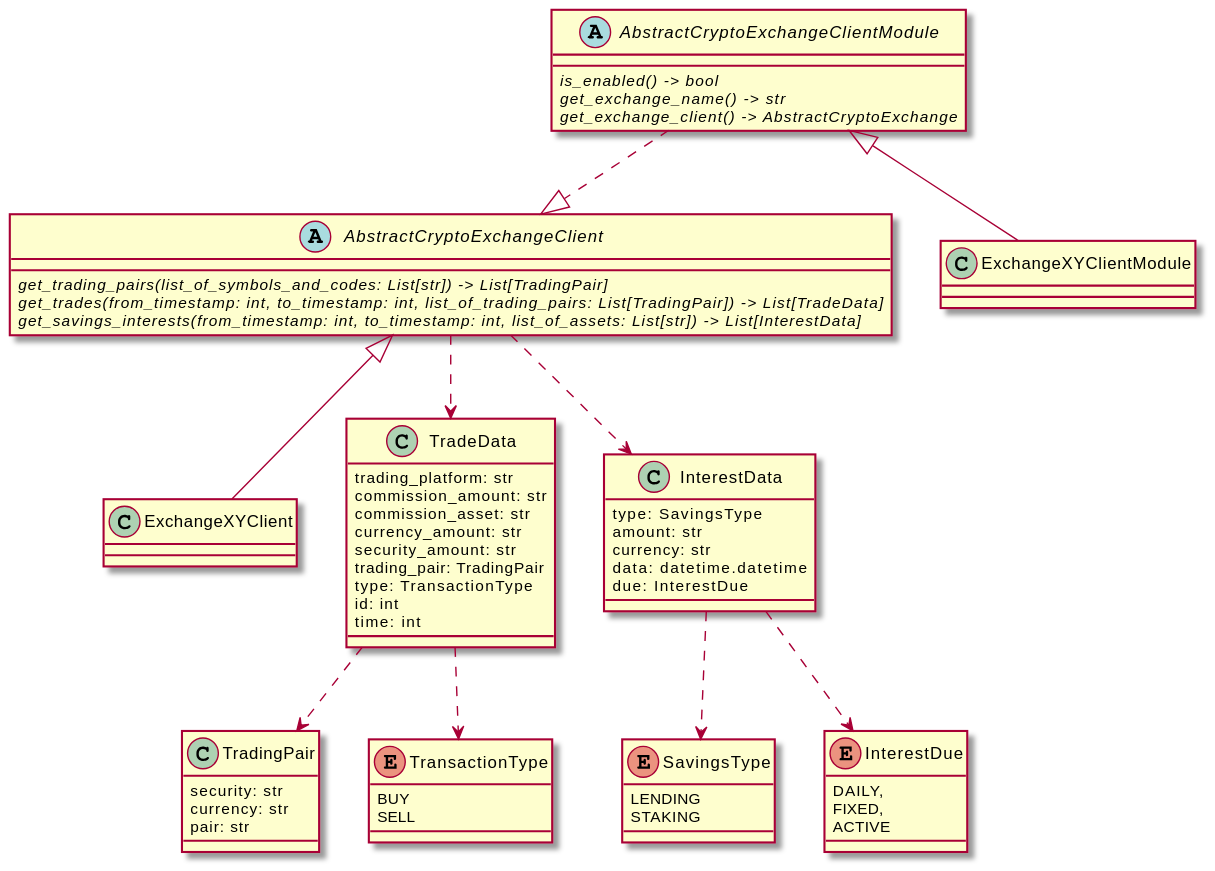
financelurker/crypto-trades-firefly-iii keeps this PlantUML diagram as plantuml/overview.svg. Above is the earlier version.
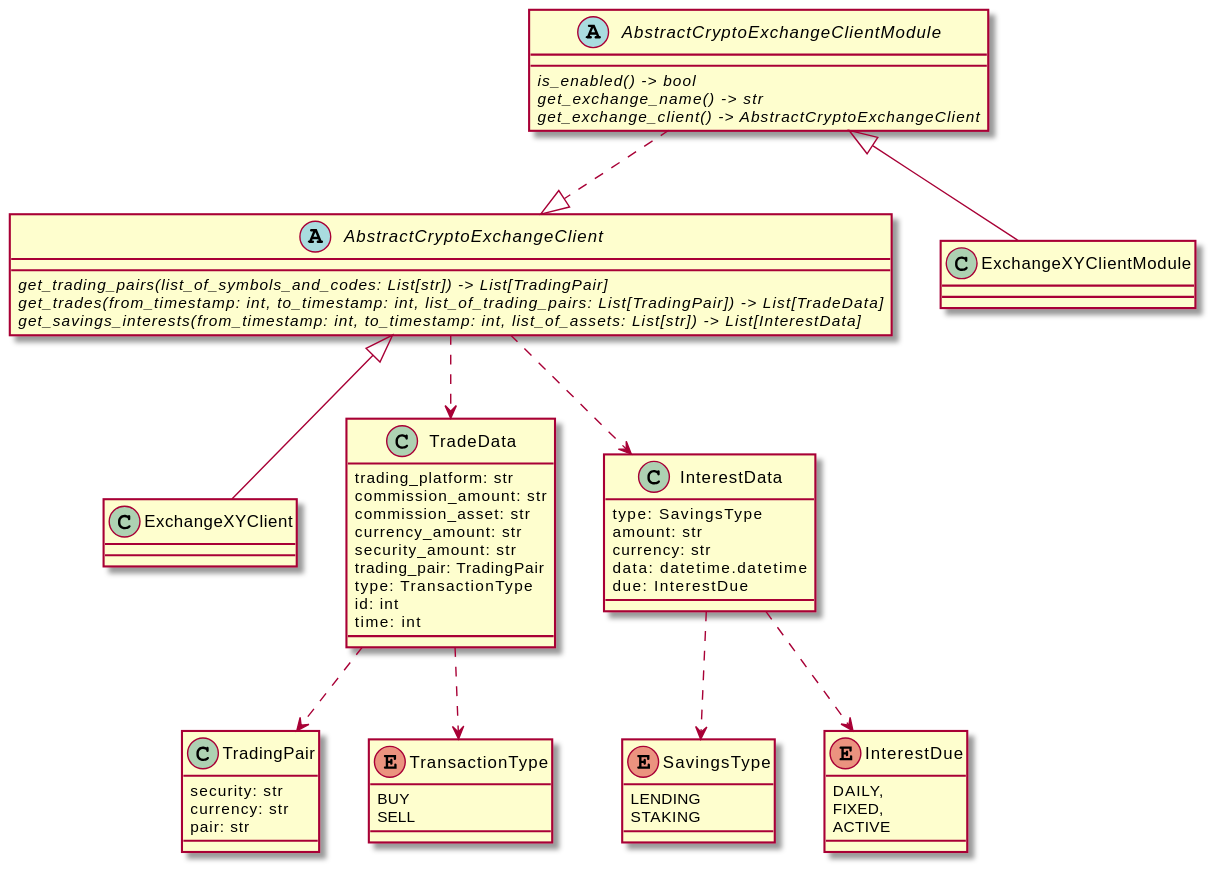
The same file after the commit.

Commit message:
updated documentation for exchange client implementations

Change to the diagram source:
```diff
@@ -2,7 +2,7 @@
 abstract class AbstractCryptoExchangeClientModule {
   {abstract} is_enabled() -> bool
   {abstract} get_exchange_name() -> str
-  {abstract} get_exchange_client() -> AbstractCryptoExchange
+  {abstract} get_exchange_client() -> AbstractCryptoExchangeClient
 }
 
 abstract class AbstractCryptoExchangeClient {
```
